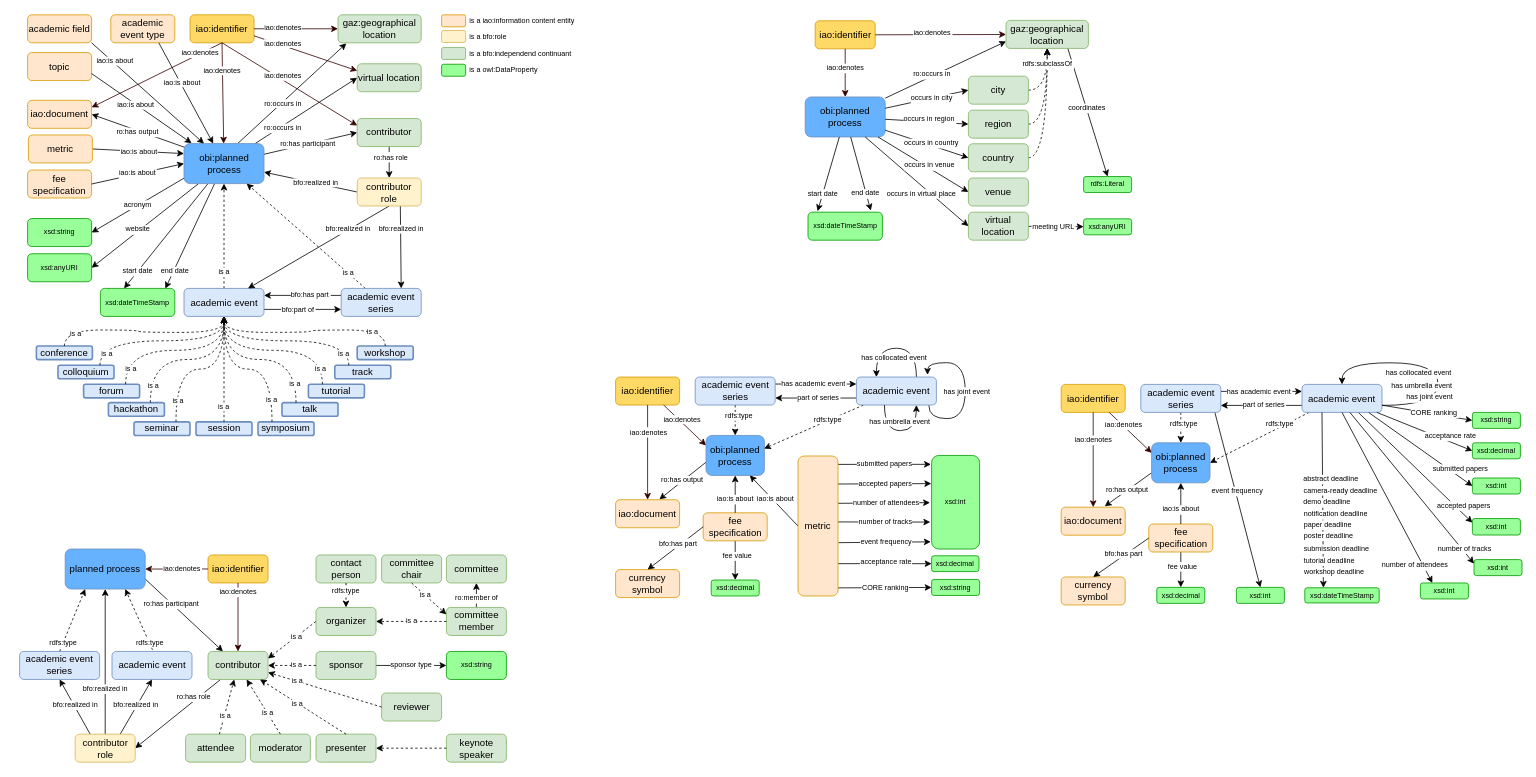
Earlier version of the draw.io diagram docs/AEON_TBoxes.drawio (tibonto/aeon). Source tidied: cells renumbered, new cells numbered last; positions are measured from the earlier drawing's top-left corner, leaving out a move shared by most shapes. Both pictures are drawn from the tidied source at 80%, with x=0, y=0 at pixel (19, 14).
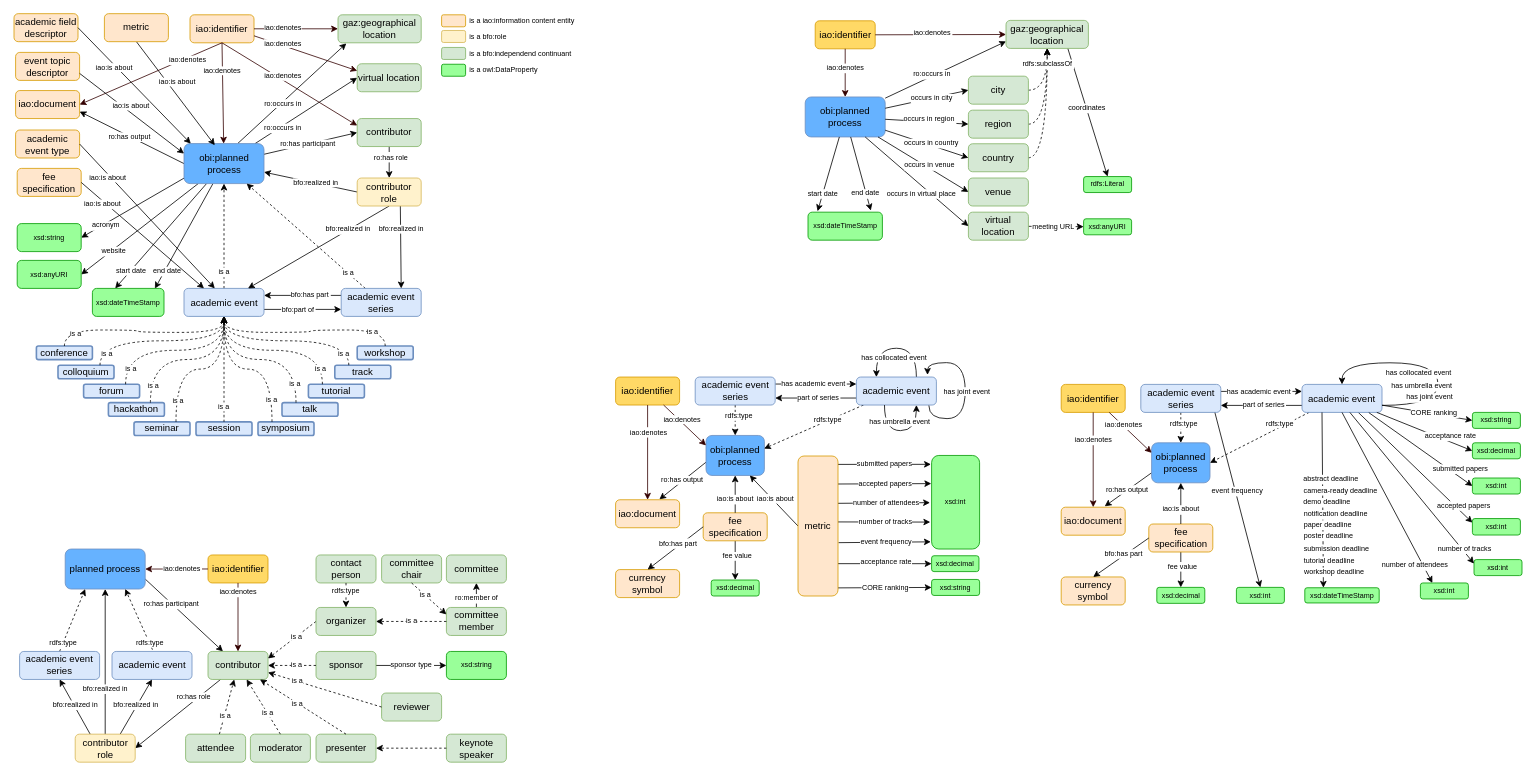
Above is the later version.

Unchanged cells that the change refers to:
```xml
<mxCell id="8" style="edgeStyle=none;rounded=0;jettySize=auto;html=1;strokeColor=#000000;fontSize=9;entryX=1;entryY=0.5;entryDx=0;entryDy=0;" parent="1" edge="1" source="18" target="105">
  <mxGeometry relative="1" as="geometry" />
</mxCell>
<mxCell id="10" style="edgeStyle=none;rounded=0;jettySize=auto;html=1;strokeColor=#000000;fontSize=9;entryX=1;entryY=0.5;entryDx=0;entryDy=0;exitX=0.018;exitY=0.843;exitDx=0;exitDy=0;exitPerimeter=0;" parent="1" edge="1" source="18" target="106">
  <mxGeometry relative="1" as="geometry" />
</mxCell>
<mxCell id="18" value="obi:planned process" style="rounded=1;whiteSpace=wrap;strokeColor=#6c8ebf;fillColor=#66B2FF;" parent="1" vertex="1">
  <mxGeometry x="205.5" y="161" width="100" height="50" as="geometry" />
</mxCell>
<mxCell id="23" value="academic event" style="rounded=1;whiteSpace=wrap;fillColor=#dae8fc;strokeColor=#6c8ebf;" parent="1" vertex="1">
  <mxGeometry x="205.5" y="342" width="100" height="35" as="geometry" />
</mxCell>
```

Diff of the diagram source:
```diff
@@
     <mxCell id="9" value="website" style="edgeLabel;align=center;verticalAlign=middle;fontSize=9;" parent="8" vertex="1">
       <mxGeometry x="-0.08" y="-1" relative="1" as="geometry">
-        <mxPoint x="-14.2" y="8.7" as="offset" />
+        <mxPoint x="-38" y="32" as="offset" />
       </mxGeometry>
     </mxCell>
@@
     <mxCell id="11" value="acronym" style="edgeLabel;align=center;verticalAlign=middle;fontSize=9;" parent="10" vertex="1">
       <mxGeometry x="0.51" relative="1" as="geometry">
-        <mxPoint x="28.8" y="-18.6" as="offset" />
+        <mxPoint x="-1" y="2" as="offset" />
       </mxGeometry>
     </mxCell>
@@
-    <mxCell id="16" style="edgeStyle=none;rounded=0;jettySize=auto;html=1;exitX=0.018;exitY=0.1;exitDx=0;exitDy=0;entryX=1;entryY=0.5;entryDx=0;entryDy=0;strokeColor=#000000;fontSize=9;exitPerimeter=0;" parent="1" edge="1" source="18" target="143">
+    <mxCell id="16" style="edgeStyle=none;rounded=0;jettySize=auto;html=1;exitX=0;exitY=0.5;exitDx=0;exitDy=0;entryX=1;entryY=0.75;entryDx=0;entryDy=0;strokeColor=#000000;fontSize=9;" parent="1" edge="1" source="18" target="143">
       <mxGeometry relative="1" as="geometry" />
     </mxCell>
@@
     <mxCell id="39" value="fee specification" style="rounded=1;whiteSpace=wrap;fillColor=#ffe6cc;strokeColor=#d79b00;" parent="1" vertex="1">
-      <mxGeometry x="10" y="194" width="80" height="35" as="geometry" />
+      <mxGeometry x="-3" y="192" width="80" height="35" as="geometry" />
     </mxCell>
     <mxCell id="40" value="academic event type" style="rounded=1;whiteSpace=wrap;fillColor=#ffe6cc;strokeColor=#d79b00;" parent="1" vertex="1">
-      <mxGeometry x="114" width="80" height="35" as="geometry" />
+      <mxGeometry x="-5" y="144" width="80" height="35" as="geometry" />
     </mxCell>
-    <mxCell id="41" value="academic field" style="rounded=1;whiteSpace=wrap;fillColor=#ffe6cc;strokeColor=#d79b00;" parent="1" vertex="1">
-      <mxGeometry x="10" width="80" height="35" as="geometry" />
+    <mxCell id="41" value="academic field descriptor" style="rounded=1;whiteSpace=wrap;fillColor=#ffe6cc;strokeColor=#d79b00;" parent="1" vertex="1">
+      <mxGeometry x="-7" y="-1.4" width="80" height="35" as="geometry" />
     </mxCell>
-    <mxCell id="42" value="topic" style="rounded=1;whiteSpace=wrap;fillColor=#ffe6cc;strokeColor=#d79b00;" parent="1" vertex="1">
-      <mxGeometry x="10" y="47.2" width="80" height="35" as="geometry" />
+    <mxCell id="42" value="event topic descriptor" style="rounded=1;whiteSpace=wrap;fillColor=#ffe6cc;strokeColor=#d79b00;" parent="1" vertex="1">
+      <mxGeometry x="-5" y="47" width="80" height="35" as="geometry" />
     </mxCell>
-    <mxCell id="43" style="edgeStyle=none;rounded=0;jettySize=auto;html=1;entryX=0;entryY=0.25;entryDx=0;entryDy=0;exitX=1;exitY=0.5;exitDx=0;exitDy=0;" parent="1" edge="1" source="45" target="18">
+    <mxCell id="43" style="edgeStyle=none;rounded=0;jettySize=auto;html=1;entryX=0.385;entryY=0.04;entryDx=0;entryDy=0;exitX=0.5;exitY=1;exitDx=0;exitDy=0;entryPerimeter=0;" parent="1" edge="1" source="45" target="18">
       <mxGeometry relative="1" as="geometry" />
     </mxCell>
@@
     <mxCell id="45" value="metric" style="rounded=1;whiteSpace=wrap;fillColor=#ffe6cc;strokeColor=#d79b00;" parent="1" vertex="1">
-      <mxGeometry x="11" y="150.2" width="80" height="35" as="geometry" />
+      <mxGeometry x="106" y="-1.4" width="80" height="35" as="geometry" />
     </mxCell>
-    <mxCell id="46" value="iao:identifier" style="rounded=1;whiteSpace=wrap;strokeColor=#d79b00;fillColor=#FFD966;" parent="1" vertex="1">
+    <mxCell id="46" value="iao:identifier" style="rounded=1;whiteSpace=wrap;strokeColor=#d79b00;fillColor=#ffe6cc;" parent="1" vertex="1">
       <mxGeometry x="213" width="80" height="35" as="geometry" />
     </mxCell>
@@
-    <mxCell id="55" style="edgeStyle=none;rounded=0;jettySize=auto;html=1;entryX=0;entryY=0.5;entryDx=0;entryDy=0;exitX=1;exitY=0.5;exitDx=0;exitDy=0;" parent="1" edge="1" source="39" target="18">
+    <mxCell id="55" style="edgeStyle=none;rounded=0;jettySize=auto;html=1;entryX=0.25;entryY=0;entryDx=0;entryDy=0;exitX=1;exitY=0.5;exitDx=0;exitDy=0;" parent="1" edge="1" source="39" target="23">
       <mxGeometry relative="1" as="geometry" />
     </mxCell>
     <mxCell id="56" value="iao:is about" style="edgeLabel;align=center;verticalAlign=middle;fontSize=9;" parent="55" vertex="1">
       <mxGeometry x="-0.44" y="-1" relative="1" as="geometry">
-        <mxPoint x="24.7" y="-8.3" as="offset" />
+        <mxPoint x="-16" y="-12" as="offset" />
       </mxGeometry>
     </mxCell>
@@
     <mxCell id="105" value="xsd:anyURI" style="rounded=1;whiteSpace=wrap;shadow=0;glass=0;sketch=0;strokeWidth=1;fontSize=9;strokeColor=#009900;fillColor=#99FF99;" parent="1" vertex="1">
-      <mxGeometry x="10" y="298.7" width="80" height="35" as="geometry" />
+      <mxGeometry x="-3" y="307" width="80" height="35" as="geometry" />
     </mxCell>
     <mxCell id="106" value="xsd:string" style="rounded=1;whiteSpace=wrap;shadow=0;glass=0;sketch=0;strokeWidth=1;fontSize=9;strokeColor=#009900;fillColor=#99FF99;" parent="1" vertex="1">
-      <mxGeometry x="10" y="254.7" width="80" height="35" as="geometry" />
+      <mxGeometry x="-3" y="261" width="80" height="35" as="geometry" />
     </mxCell>
     <mxCell id="107" value="xsd:dateTimeStamp" style="rounded=1;whiteSpace=wrap;shadow=0;glass=0;sketch=0;strokeWidth=1;fontSize=9;strokeColor=#009900;fillColor=#99FF99;" parent="1" vertex="1">
-      <mxGeometry x="101" y="342" width="93" height="35" as="geometry" />
+      <mxGeometry x="91" y="342" width="89.5" height="35" as="geometry" />
     </mxCell>
@@
     <mxCell id="143" value="iao:document" style="rounded=1;whiteSpace=wrap;fillColor=#ffe6cc;strokeColor=#d79b00;" parent="1" vertex="1">
-      <mxGeometry x="10" y="106.9" width="80" height="35" as="geometry" />
+      <mxGeometry x="-5" y="94.7" width="80" height="35" as="geometry" />
     </mxCell>
@@
-    <mxCell id="153" style="edgeStyle=none;rounded=0;jettySize=auto;html=1;exitX=0.5;exitY=1;exitDx=0;exitDy=0;fillColor=#fff2cc;entryX=1;entryY=0.25;entryDx=0;entryDy=0;fontSize=9;strokeColor=#330000;" parent="1" edge="1" source="46" target="143">
+    <mxCell id="153" style="edgeStyle=none;rounded=0;jettySize=auto;html=1;exitX=0.5;exitY=1;exitDx=0;exitDy=0;fillColor=#fff2cc;entryX=1;entryY=0.5;entryDx=0;entryDy=0;fontSize=9;strokeColor=#330000;" parent="1" edge="1" source="46" target="143">
       <mxGeometry relative="1" as="geometry" />
     </mxCell>
     <mxCell id="154" value="iao:denotes" style="edgeLabel;align=center;verticalAlign=middle;fontSize=9;" parent="153" vertex="1">
       <mxGeometry x="-0.6" y="2" relative="1" as="geometry">
-        <mxPoint x="4" y="-5.8" as="offset" />
+        <mxPoint x="-8" y="3" as="offset" />
       </mxGeometry>
     </mxCell>
@@
-    <mxCell id="284" style="edgeStyle=none;rounded=0;jettySize=auto;html=1;exitX=0.75;exitY=1;exitDx=0;exitDy=0;" parent="1" edge="1" source="40" target="18">
+    <mxCell id="284" style="edgeStyle=none;rounded=0;jettySize=auto;html=1;exitX=1;exitY=0.5;exitDx=0;exitDy=0;entryX=0.385;entryY=0;entryDx=0;entryDy=0;entryPerimeter=0;" parent="1" edge="1" source="40" target="23">
       <mxGeometry relative="1" as="geometry" />
     </mxCell>
     <mxCell id="285" value="iao:is about" style="edgeLabel;html=1;align=center;verticalAlign=middle;fontSize=9;" parent="284" vertex="1">
       <mxGeometry x="-0.24" relative="1" as="geometry">
-        <mxPoint x="3" y="2" as="offset" />
+        <mxPoint x="-30" y="-27" as="offset" />
       </mxGeometry>
     </mxCell>
-    <mxCell id="286" style="edgeStyle=none;rounded=0;jettySize=auto;html=1;exitX=1;exitY=1;exitDx=0;exitDy=0;entryX=0.25;entryY=0;entryDx=0;entryDy=0;" parent="1" edge="1" source="41" target="18">
+    <mxCell id="286" style="edgeStyle=none;rounded=0;jettySize=auto;html=1;exitX=1;exitY=0.5;exitDx=0;exitDy=0;entryX=0.085;entryY=0;entryDx=0;entryDy=0;entryPerimeter=0;" parent="1" edge="1" source="41" target="18">
       <mxGeometry relative="1" as="geometry" />
     </mxCell>
     <mxCell id="287" value="iao:is about" style="edgeLabel;html=1;align=center;verticalAlign=middle;fontSize=9;" parent="286" vertex="1">
       <mxGeometry x="-0.24" relative="1" as="geometry">
-        <mxPoint x="-25" y="-26" as="offset" />
+        <mxPoint x="-9" y="-6" as="offset" />
       </mxGeometry>
     </mxCell>
-    <mxCell id="288" style="edgeStyle=none;rounded=0;jettySize=auto;html=1;exitX=1;exitY=0.75;exitDx=0;exitDy=0;entryX=0.095;entryY=-0.011;entryDx=0;entryDy=0;entryPerimeter=0;" parent="1" edge="1" source="42" target="18">
+    <mxCell id="288" style="edgeStyle=none;rounded=0;jettySize=auto;html=1;exitX=1;exitY=0.75;exitDx=0;exitDy=0;entryX=0;entryY=0.25;entryDx=0;entryDy=0;" parent="1" edge="1" source="42" target="18">
       <mxGeometry relative="1" as="geometry" />
     </mxCell>
     <mxCell id="289" value="iao:is about" style="edgeLabel;html=1;align=center;verticalAlign=middle;fontSize=9;" parent="288" vertex="1">
       <mxGeometry x="-0.24" relative="1" as="geometry">
-        <mxPoint x="7" y="6" as="offset" />
+        <mxPoint x="14" y="2" as="offset" />
       </mxGeometry>
     </mxCell>
@@
+    <mxCell id="331" style="edgeStyle=orthogonalEdgeStyle;rounded=0;orthogonalLoop=1;jettySize=auto;html=1;exitX=0.5;exitY=1;exitDx=0;exitDy=0;" parent="1" edge="1" source="105" target="105">
+      <mxGeometry relative="1" as="geometry" />
+    </mxCell>
```
